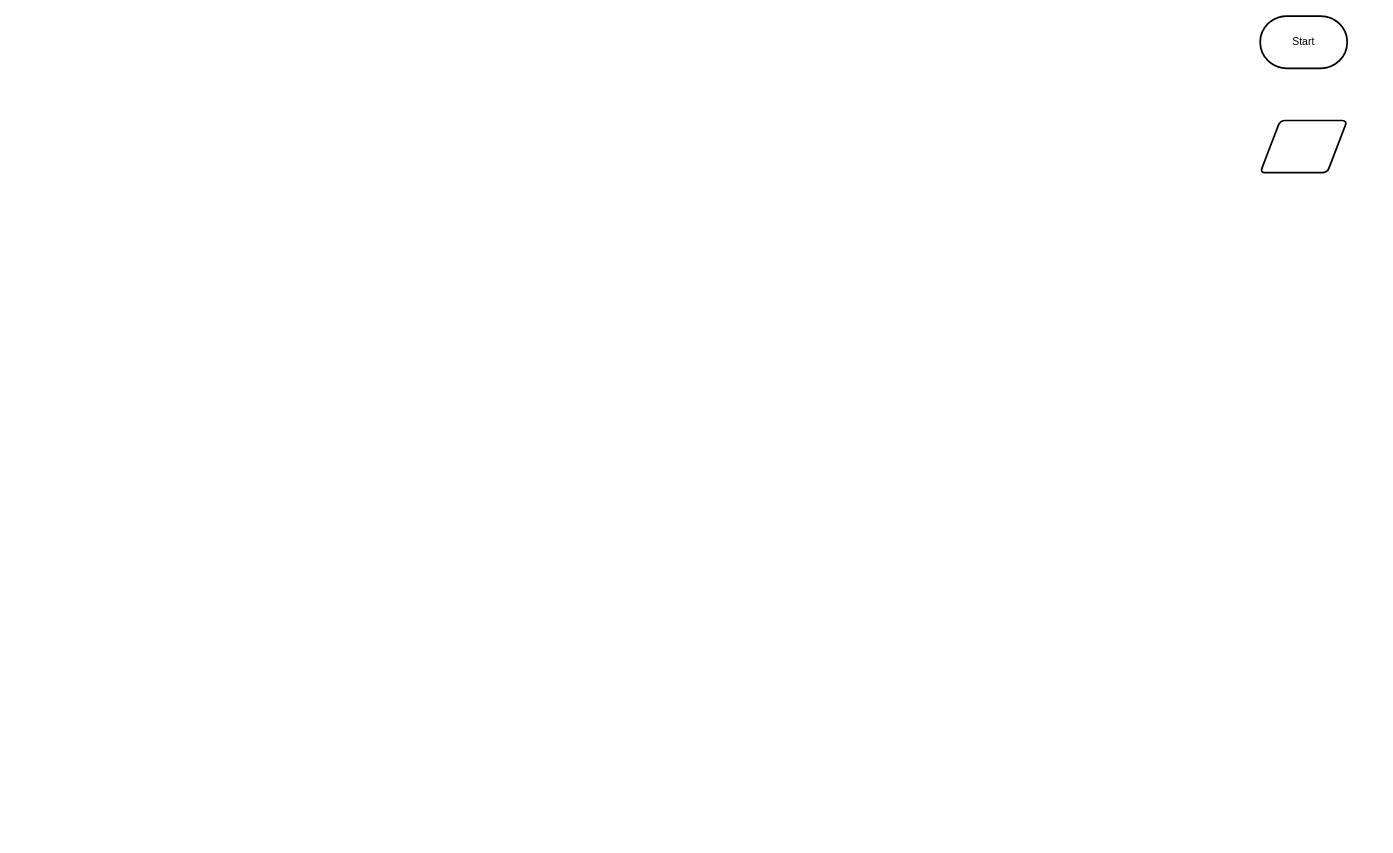
Before: Flow-Chart.drawio in huihangisaac-ho/ICS3U-Unit5-05-Python, a draw.io diagram. Source tidied: cells renumbered, new cells numbered last; positions are measured from the earlier drawing's top-left corner, leaving out a move shared by most shapes. Both pictures are drawn from the tidied source at 87%, with x=0, y=0 at pixel (1260, 16).
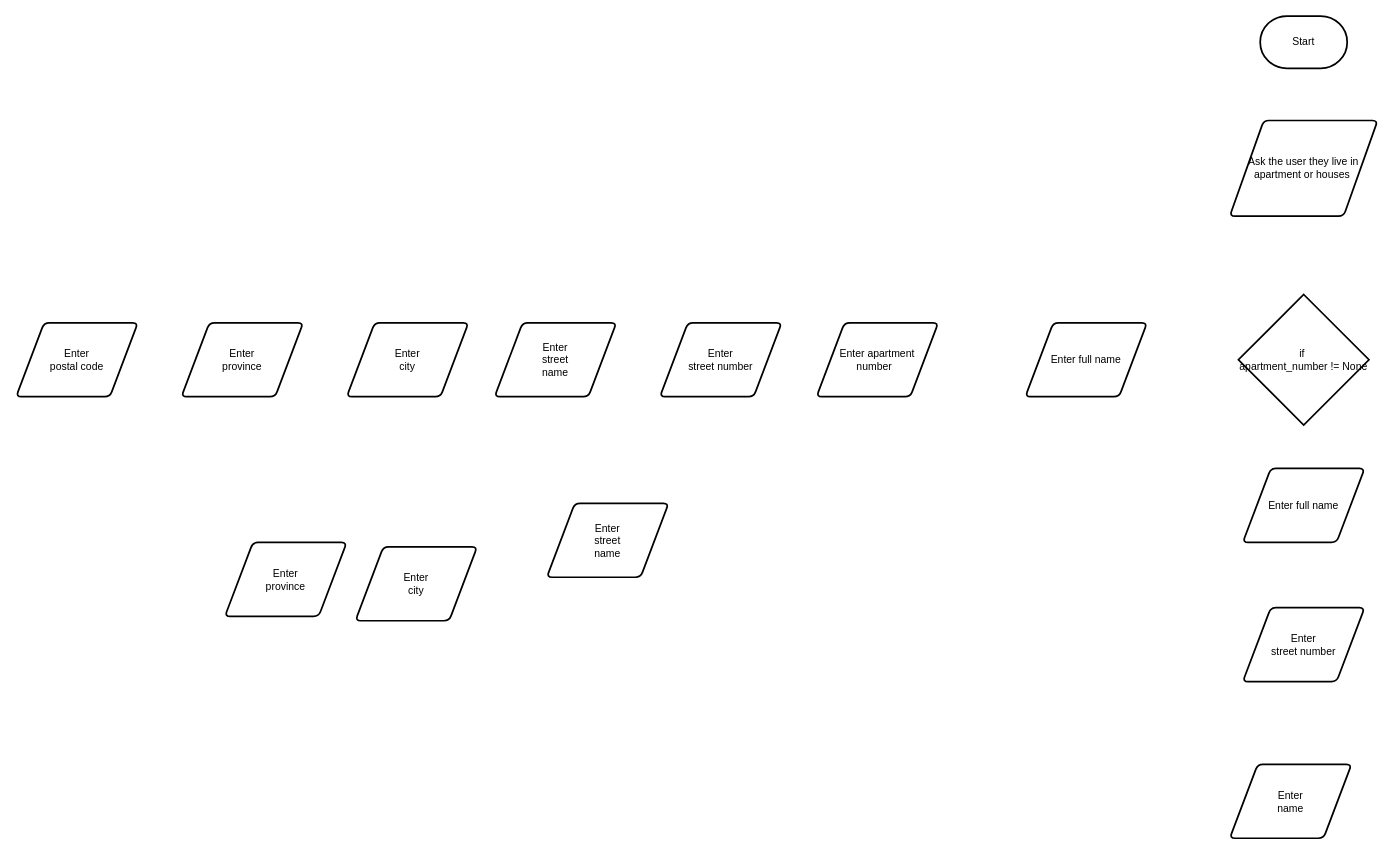
The same page after the edit.

What changed in the source:
```diff
@@
 <mxGraphModel>
   <root>
     <mxCell id="0" />
     <mxCell id="1" parent="0" />
     <mxCell id="2" value="Start" style="strokeWidth=2;html=1;shape=mxgraph.flowchart.terminator;whiteSpace=wrap;" parent="1" vertex="1">
       <mxGeometry width="100" height="60" as="geometry" />
     </mxCell>
-    <mxCell id="3" style="shape=parallelogram;html=1;strokeWidth=2;perimeter=parallelogramPerimeter;whiteSpace=wrap;rounded=1;arcSize=12;size=0.23;" parent="1" vertex="1">
-      <mxGeometry y="120" width="100" height="60" as="geometry" />
+    <mxCell id="3" value="Ask the user they live in apartment or houses&amp;nbsp;" style="shape=parallelogram;html=1;strokeWidth=2;perimeter=parallelogramPerimeter;whiteSpace=wrap;rounded=1;arcSize=12;size=0.23;" parent="1" vertex="1">
+      <mxGeometry x="-35" y="120" width="170" height="110" as="geometry" />
     </mxCell>
+    <mxCell id="4" value="if&amp;nbsp;&lt;br&gt;apartment_number != None" style="strokeWidth=2;html=1;shape=mxgraph.flowchart.decision;whiteSpace=wrap;" parent="1" vertex="1">
+      <mxGeometry x="-25" y="320" width="150" height="150" as="geometry" />
+    </mxCell>
+    <mxCell id="5" value="Enter full name" style="shape=parallelogram;html=1;strokeWidth=2;perimeter=parallelogramPerimeter;whiteSpace=wrap;rounded=1;arcSize=12;size=0.23;" parent="1" vertex="1">
+      <mxGeometry x="-270" y="352.5" width="140" height="85" as="geometry" />
+    </mxCell>
+    <mxCell id="6" value="Enter apartment &lt;br&gt;number&amp;nbsp;&amp;nbsp;" style="shape=parallelogram;html=1;strokeWidth=2;perimeter=parallelogramPerimeter;whiteSpace=wrap;rounded=1;arcSize=12;size=0.23;" parent="1" vertex="1">
+      <mxGeometry x="-510" y="352.5" width="140" height="85" as="geometry" />
+    </mxCell>
+    <mxCell id="7" value="Enter&lt;br&gt;street number" style="shape=parallelogram;html=1;strokeWidth=2;perimeter=parallelogramPerimeter;whiteSpace=wrap;rounded=1;arcSize=12;size=0.23;" parent="1" vertex="1">
+      <mxGeometry x="-690" y="352.5" width="140" height="85" as="geometry" />
+    </mxCell>
+    <mxCell id="8" value="Enter&lt;br&gt;street&lt;br&gt;name" style="shape=parallelogram;html=1;strokeWidth=2;perimeter=parallelogramPerimeter;whiteSpace=wrap;rounded=1;arcSize=12;size=0.23;" parent="1" vertex="1">
+      <mxGeometry x="-880" y="352.5" width="140" height="85" as="geometry" />
+    </mxCell>
+    <mxCell id="9" value="Enter&lt;br&gt;city" style="shape=parallelogram;html=1;strokeWidth=2;perimeter=parallelogramPerimeter;whiteSpace=wrap;rounded=1;arcSize=12;size=0.23;" parent="1" vertex="1">
+      <mxGeometry x="-1050" y="352.5" width="140" height="85" as="geometry" />
+    </mxCell>
+    <mxCell id="10" value="Enter&lt;br&gt;province" style="shape=parallelogram;html=1;strokeWidth=2;perimeter=parallelogramPerimeter;whiteSpace=wrap;rounded=1;arcSize=12;size=0.23;" parent="1" vertex="1">
+      <mxGeometry x="-1240" y="352.5" width="140" height="85" as="geometry" />
+    </mxCell>
+    <mxCell id="11" value="Enter&lt;br&gt;postal code" style="shape=parallelogram;html=1;strokeWidth=2;perimeter=parallelogramPerimeter;whiteSpace=wrap;rounded=1;arcSize=12;size=0.23;" parent="1" vertex="1">
+      <mxGeometry x="-1430" y="352.5" width="140" height="85" as="geometry" />
+    </mxCell>
+    <mxCell id="12" value="Enter full name" style="shape=parallelogram;html=1;strokeWidth=2;perimeter=parallelogramPerimeter;whiteSpace=wrap;rounded=1;arcSize=12;size=0.23;" parent="1" vertex="1">
+      <mxGeometry x="-20" y="520" width="140" height="85" as="geometry" />
+    </mxCell>
+    <mxCell id="13" value="Enter&lt;br&gt;street number" style="shape=parallelogram;html=1;strokeWidth=2;perimeter=parallelogramPerimeter;whiteSpace=wrap;rounded=1;arcSize=12;size=0.23;" parent="1" vertex="1">
+      <mxGeometry x="-20" y="680" width="140" height="85" as="geometry" />
+    </mxCell>
+    <mxCell id="14" value="Enter&lt;br&gt;name" style="shape=parallelogram;html=1;strokeWidth=2;perimeter=parallelogramPerimeter;whiteSpace=wrap;rounded=1;arcSize=12;size=0.23;" parent="1" vertex="1">
+      <mxGeometry x="-35" y="860" width="140" height="85" as="geometry" />
+    </mxCell>
+    <mxCell id="15" value="Enter&lt;br&gt;city" style="shape=parallelogram;html=1;strokeWidth=2;perimeter=parallelogramPerimeter;whiteSpace=wrap;rounded=1;arcSize=12;size=0.23;" parent="1" vertex="1">
+      <mxGeometry x="-1040" y="610" width="140" height="85" as="geometry" />
+    </mxCell>
+    <mxCell id="16" value="Enter&lt;br&gt;province" style="shape=parallelogram;html=1;strokeWidth=2;perimeter=parallelogramPerimeter;whiteSpace=wrap;rounded=1;arcSize=12;size=0.23;" parent="1" vertex="1">
+      <mxGeometry x="-1190" y="605" width="140" height="85" as="geometry" />
+    </mxCell>
+    <mxCell id="17" value="Enter&lt;br&gt;street&lt;br&gt;name" style="shape=parallelogram;html=1;strokeWidth=2;perimeter=parallelogramPerimeter;whiteSpace=wrap;rounded=1;arcSize=12;size=0.23;" parent="1" vertex="1">
+      <mxGeometry x="-820" y="560" width="140" height="85" as="geometry" />
+    </mxCell>
   </root>
 </mxGraphModel>
```
